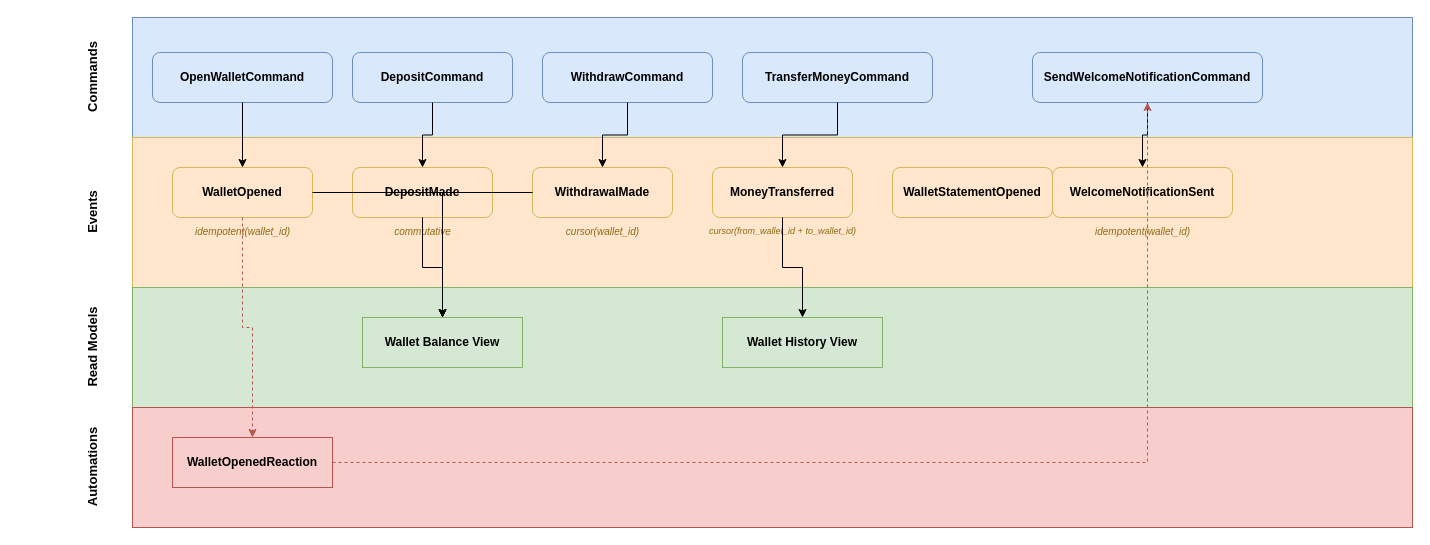
This is shared-examples-domain/docs/wallet-event-model.drawio from rodolfodpk/spring-crablet, a draw.io file, before an edit. Source tidied: cells renumbered, new cells numbered last; positions are measured from the earlier drawing's top-left corner, leaving out a move shared by most shapes. Both pictures are drawn from the tidied source at 100%, with x=0, y=0 at pixel (52, 17).
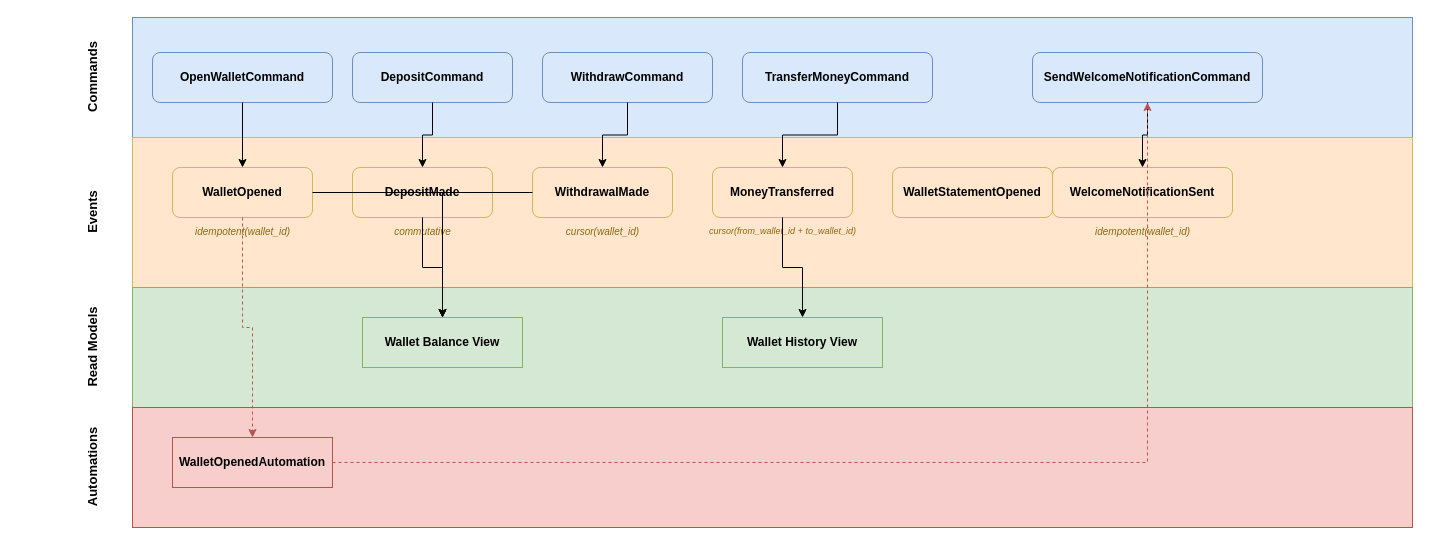
The same diagram, later.

Commit message (it also covers changes not shown here):
docs: rename wallet reaction to automation

The edit, as a diff of the source:
```diff
@@
-    <mxCell id="28" value="WalletOpenedReaction" style="rounded=0;whiteSpace=wrap;html=1;fillColor=#f8cecc;strokeColor=#b85450;fontSize=12;fontStyle=1;" parent="1" vertex="1">
+    <mxCell id="28" value="WalletOpenedAutomation" style="rounded=0;whiteSpace=wrap;html=1;fillColor=#f8cecc;strokeColor=#b85450;fontSize=12;fontStyle=1;" parent="1" vertex="1">
       <mxGeometry x="120" y="420" width="160" height="50" as="geometry" />
     </mxCell>
```
